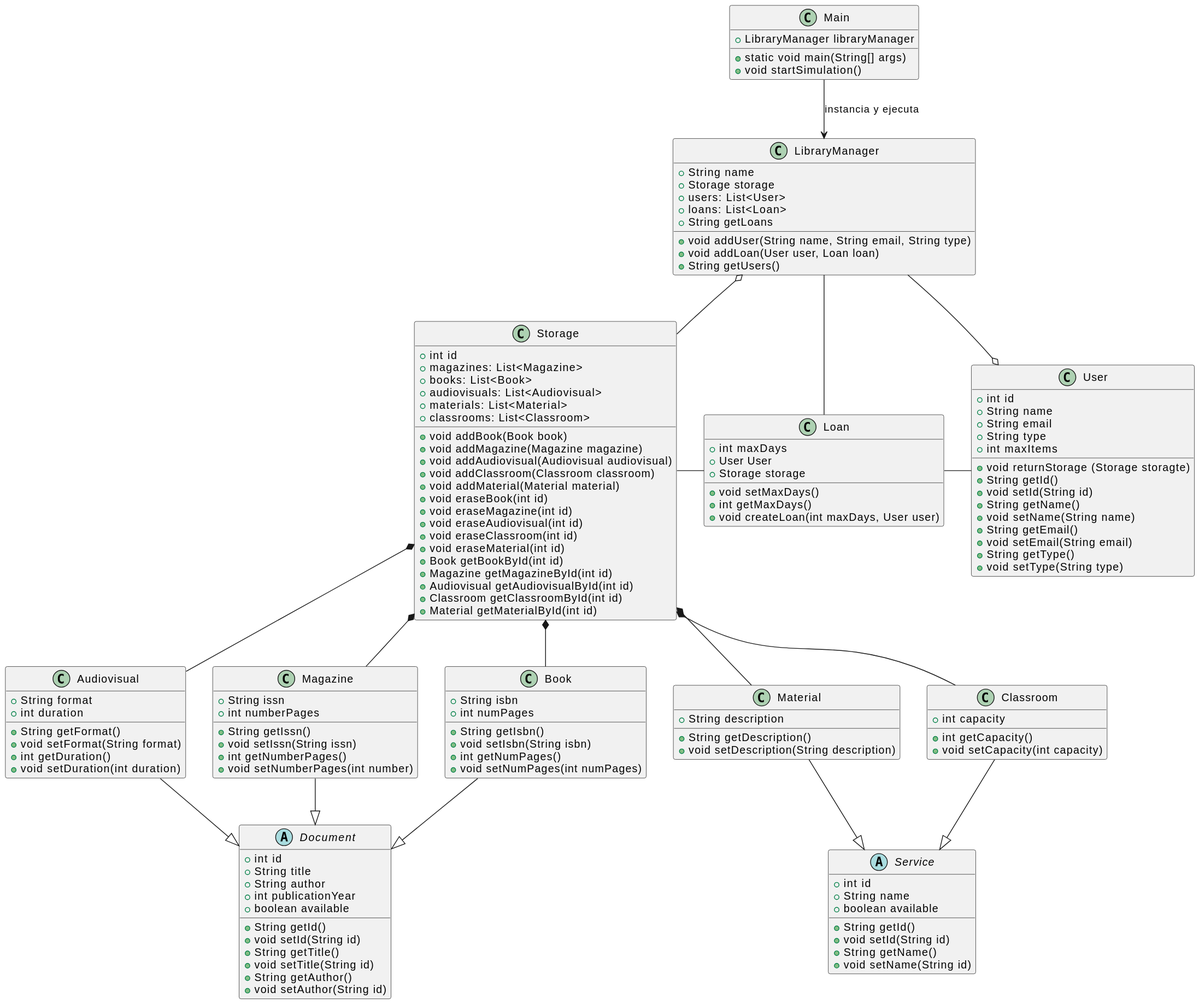
Above: images/modelosUML/DiagramaDeClases.svg in sara-patino/24-25-IdSw2-SDD (PlantUML), before the change.
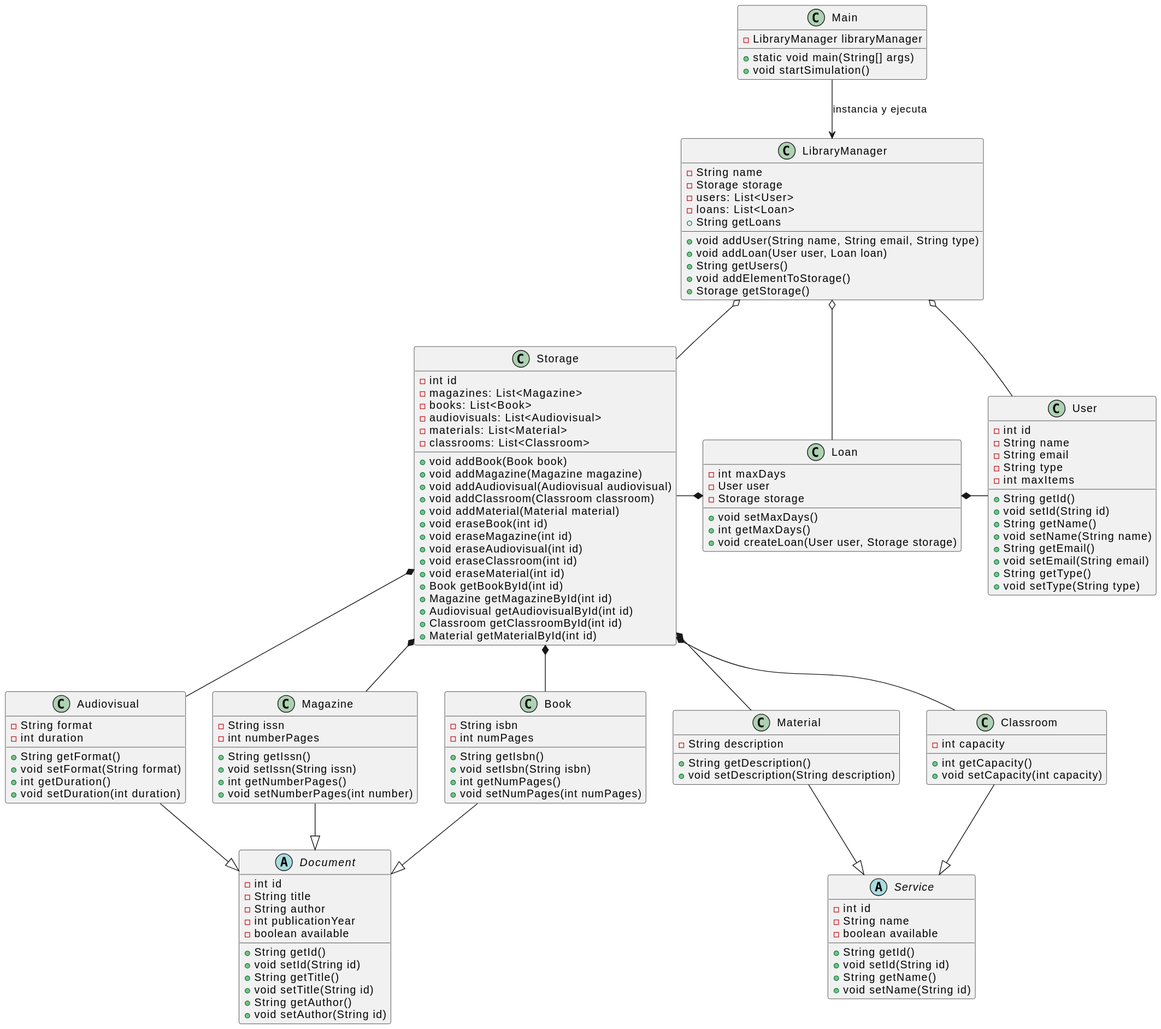
Above is the later version.

Commit message:
diagrama de clases imagen

Diff of the diagram source:
```diff
@@ -1,10 +1,10 @@
 @startuml
 Main --> LibraryManager : "instancia y ejecuta"
 LibraryManager o-- Storage
-LibraryManager --o User
-LibraryManager -- Loan
-Storage -right- Loan
-Loan -right- User
+LibraryManager o-- User
+LibraryManager o-- Loan
+Storage -right-* Loan
+Loan *-right- User
 Storage *-- Book
 Storage *-- Magazine
 Storage *-- Material
@@ -17,18 +17,18 @@
 Document <|-up- Audiovisual
 
 class Material {
-    +String description
+    -String description
     +String getDescription()
     +void setDescription(String description)
 }
 
 class Storage {
-    + int id
-    + magazines: List<Magazine>
-    + books: List<Book>
-    + audiovisuals: List<Audiovisual>
-    + materials: List<Material>
-    + classrooms: List<Classroom>
+    - int id
+    - magazines: List<Magazine>
+    - books: List<Book>
+    - audiovisuals: List<Audiovisual>
+    - materials: List<Material>
+    - classrooms: List<Classroom>
     + void addBook(Book book)
     + void addMagazine(Magazine magazine)
     + void addAudiovisual(Audiovisual audiovisual)
@@ -47,11 +47,11 @@
 }
 
 abstract class Document {
-    +int id
-    +String title
-    +String author
-    +int publicationYear
-    +boolean available
+    -int id
+    -String title
+    -String author
+    -int publicationYear
+    -boolean available
     +String getId()
     +void setId(String id)
     +String getTitle()
@@ -62,12 +62,12 @@
 }
 
 class User {
-    +int id
-    +String name
-    +String email
-    +String type
-    +int maxItems
-    +void returnStorage (Storage storagte)
+    -int id
+    -String name
+    -String email
+    -String type
+    -int maxItems
+
     +String getId()
     +void setId(String id)
     +String getName()
@@ -79,8 +79,8 @@
 }
 
 class Book {
-    +String isbn
-    +int numPages
+    -String isbn
+    -int numPages
     +String getIsbn()
     +void setIsbn(String isbn)
     +int getNumPages()
@@ -88,15 +88,15 @@
 }
 
 class Classroom {
-    +int capacity
+    -int capacity
     +int getCapacity()
     +void setCapacity(int capacity)
 }
 
 abstract class Service {
-    +int id
-    +String name
-    +boolean available
+    -int id
+    -String name
+    -boolean available
     +String getId()
     +void setId(String id)
     +String getName()
@@ -104,8 +104,8 @@
 }
 
 class Magazine {
-    +String issn
-    +int numberPages
+    -String issn
+    -int numberPages
     +String getIssn()
     +void setIssn(String issn)
     +int getNumberPages()
@@ -113,8 +113,8 @@
 }
 
 class Audiovisual {
-    +String format
-    +int duration
+    -String format
+    -int duration
     +String getFormat()
     +void setFormat(String format)
     +int getDuration()
@@ -122,28 +122,30 @@
 }
 
 class LibraryManager {
-    +String name
-    +Storage storage
-    +users: List<User>
-    +loans: List<Loan>
+    -String name
+    -Storage storage
+    -users: List<User>
+    -loans: List<Loan>
     +void addUser(String name, String email, String type)
     +void addLoan(User user, Loan loan)
     +String getUsers()
     +String getLoans
+    +void addElementToStorage()
+    +Storage getStorage()
 }
 
 class Main {
-    +LibraryManager libraryManager
+    -LibraryManager libraryManager
     +static void main(String[] args)
     +void startSimulation()
 }
 
 class Loan {
-  +int maxDays
-  +User User
-  +Storage storage
+  -int maxDays
+  -User user
+  -Storage storage
   +void setMaxDays()
   +int getMaxDays()
-  +void createLoan(int maxDays, User user)
+  +void createLoan(User user, Storage storage)
 }
 @enduml
```
